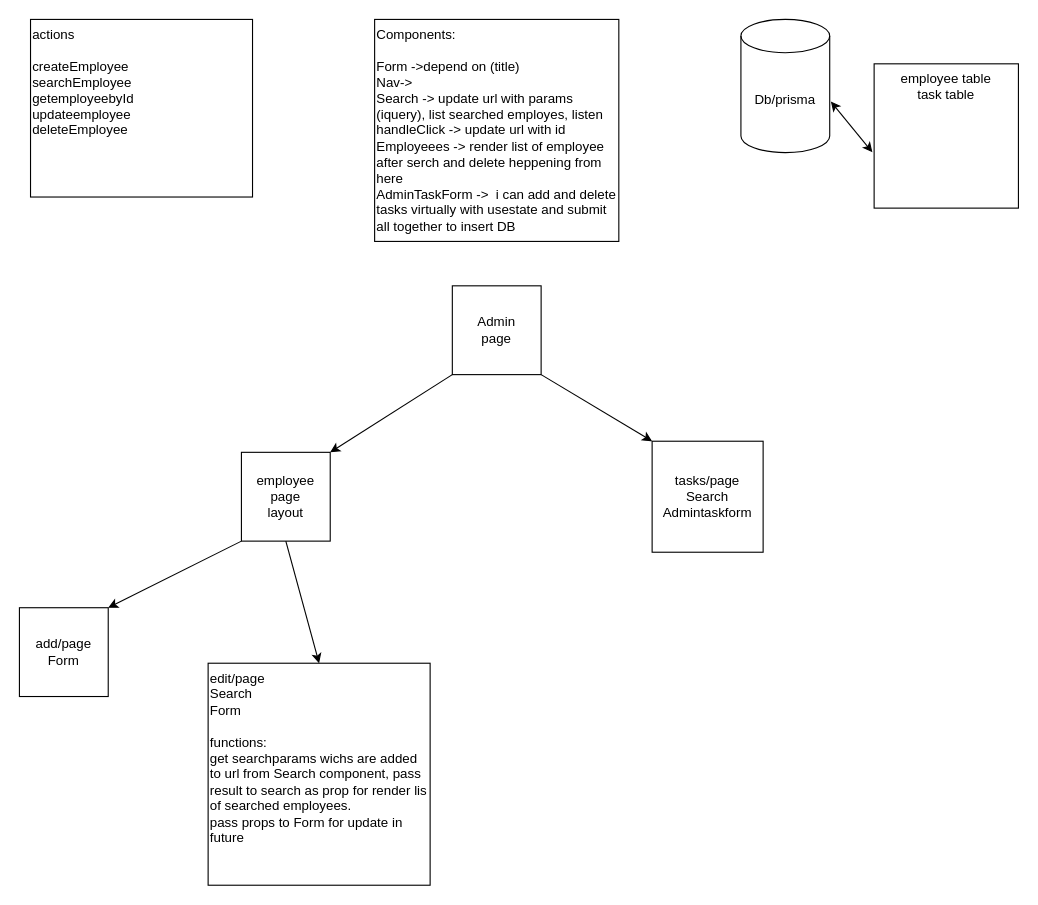
This is Untitled Diagram.drawio from George-giorgi/tasksflow, a draw.io file, before an edit. Source tidied: cells renumbered, new cells numbered last; positions are measured from the earlier drawing's top-left corner, leaving out a move shared by most shapes. Both pictures are drawn from the tidied source at 111%, with x=0, y=0 at pixel (19, 19).
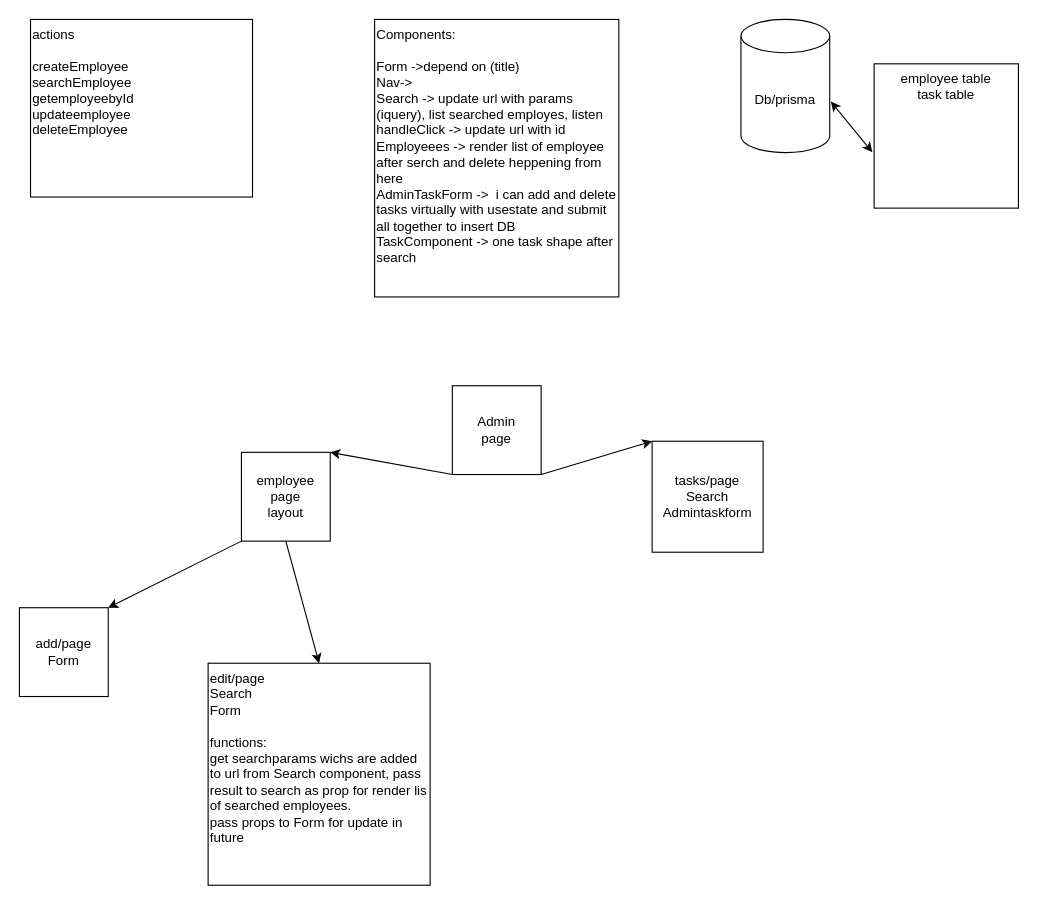
The same page after the edit.

Change to the diagram source:
```diff
@@
 <mxGraphModel>
   <root>
     <mxCell id="0" />
     <mxCell id="1" parent="0" />
     <mxCell id="2" value="Admin&lt;div&gt;page&lt;/div&gt;" style="whiteSpace=wrap;html=1;" parent="1" vertex="1">
-      <mxGeometry x="390" y="240" width="80" height="80" as="geometry" />
+      <mxGeometry x="390" y="330" width="80" height="80" as="geometry" />
     </mxCell>
     <mxCell id="3" style="endArrow=classic;html=1;rounded=0;exitX=0;exitY=1;exitDx=0;exitDy=0;entryX=1;entryY=0;entryDx=0;entryDy=0;" parent="1" edge="1" source="2" target="5">
       <mxGeometry relative="1" as="geometry" />
     </mxCell>
     <mxCell id="4" style="endArrow=classic;html=1;rounded=0;exitX=1;exitY=1;exitDx=0;exitDy=0;entryX=0;entryY=0;entryDx=0;entryDy=0;" parent="1" edge="1" source="2" target="6">
       <mxGeometry relative="1" as="geometry" />
     </mxCell>
     <mxCell id="5" value="employee&lt;div&gt;page&lt;/div&gt;&lt;div&gt;layout&lt;/div&gt;" style="whiteSpace=wrap;html=1;" parent="1" vertex="1">
       <mxGeometry x="200" y="390" width="80" height="80" as="geometry" />
     </mxCell>
     <mxCell id="6" value="tasks/page&lt;div&gt;Search&lt;/div&gt;&lt;div&gt;Admintaskform&lt;/div&gt;" style="whiteSpace=wrap;html=1;" parent="1" vertex="1">
       <mxGeometry x="570" y="380" width="100" height="100" as="geometry" />
     </mxCell>
-    <mxCell id="7" value="&lt;span style=&quot;background-color: light-dark(#ffffff, var(--ge-dark-color, #121212));&quot;&gt;Components:&lt;/span&gt;&lt;div&gt;&lt;br&gt;&lt;div&gt;Form -&amp;gt;depend on (title)&lt;/div&gt;&lt;/div&gt;&lt;div&gt;Nav-&amp;gt;&lt;/div&gt;&lt;div&gt;Search -&amp;gt; update url with params (iquery), list searched employes, listen handleClick -&amp;gt; update url with id&amp;nbsp;&lt;/div&gt;&lt;div&gt;Employeees -&amp;gt; render list of employee after serch and delete heppening from here&lt;/div&gt;&lt;div&gt;AdminTaskForm -&amp;gt;&amp;nbsp; i can add and delete tasks virtually with usestate and submit all together to insert DB&lt;/div&gt;&lt;div&gt;&lt;br&gt;&lt;/div&gt;" style="rounded=0;whiteSpace=wrap;html=1;align=left;verticalAlign=top;" parent="1" vertex="1">
-      <mxGeometry x="320" width="220" height="200" as="geometry" />
+    <mxCell id="7" value="&lt;span style=&quot;background-color: light-dark(#ffffff, var(--ge-dark-color, #121212));&quot;&gt;Components:&lt;/span&gt;&lt;div&gt;&lt;br&gt;&lt;div&gt;Form -&amp;gt;depend on (title)&lt;/div&gt;&lt;/div&gt;&lt;div&gt;Nav-&amp;gt;&lt;/div&gt;&lt;div&gt;Search -&amp;gt; update url with params (iquery), list searched employes, listen handleClick -&amp;gt; update url with id&amp;nbsp;&lt;/div&gt;&lt;div&gt;Employeees -&amp;gt; render list of employee after serch and delete heppening from here&lt;/div&gt;&lt;div&gt;AdminTaskForm -&amp;gt;&amp;nbsp; i can add and delete tasks virtually with usestate and submit all together to insert DB&lt;/div&gt;&lt;div&gt;TaskComponent -&amp;gt; one task shape after search&lt;/div&gt;&lt;div&gt;&lt;br&gt;&lt;/div&gt;" style="rounded=0;whiteSpace=wrap;html=1;align=left;verticalAlign=top;" parent="1" vertex="1">
+      <mxGeometry x="320" width="220" height="250" as="geometry" />
     </mxCell>
     <mxCell id="8" value="add/page&lt;div&gt;Form&lt;/div&gt;" style="whiteSpace=wrap;html=1;" parent="1" vertex="1">
       <mxGeometry y="530" width="80" height="80" as="geometry" />
     </mxCell>
     <mxCell id="9" value="edit/page&lt;div&gt;Search&lt;br&gt;&lt;div&gt;Form&lt;/div&gt;&lt;div&gt;&lt;br&gt;&lt;/div&gt;&lt;div&gt;functions:&lt;/div&gt;&lt;div&gt;get searchparams wichs are added to url from Search component, pass result to search as prop for render lis of searched employees.&lt;/div&gt;&lt;div&gt;pass props to Form for update in future&lt;/div&gt;&lt;/div&gt;" style="whiteSpace=wrap;html=1;verticalAlign=top;align=left;" parent="1" vertex="1">
       <mxGeometry x="170" y="580" width="200" height="200" as="geometry" />
     </mxCell>
     <mxCell id="10" style="endArrow=classic;html=1;rounded=0;exitX=0.5;exitY=1;exitDx=0;exitDy=0;entryX=0.5;entryY=0;entryDx=0;entryDy=0;" parent="1" edge="1" source="5" target="9">
       <mxGeometry relative="1" as="geometry" />
     </mxCell>
     <mxCell id="11" style="endArrow=classic;html=1;rounded=0;exitX=0;exitY=1;exitDx=0;exitDy=0;entryX=1;entryY=0;entryDx=0;entryDy=0;" parent="1" edge="1" source="5" target="8">
       <mxGeometry relative="1" as="geometry" />
     </mxCell>
     <mxCell id="12" value="Db/prisma" style="shape=cylinder3;whiteSpace=wrap;html=1;boundedLbl=1;backgroundOutline=1;size=15;" parent="1" vertex="1">
       <mxGeometry x="650" width="80" height="120" as="geometry" />
     </mxCell>
     <mxCell id="13" value="employee table&lt;div&gt;task table&lt;br&gt;&lt;div&gt;&lt;br&gt;&lt;/div&gt;&lt;div&gt;&lt;br&gt;&lt;/div&gt;&lt;/div&gt;" style="whiteSpace=wrap;html=1;verticalAlign=top;" parent="1" vertex="1">
       <mxGeometry x="770" y="40" width="130" height="130" as="geometry" />
     </mxCell>
     <mxCell id="14" style="endArrow=classic;startArrow=classic;html=1;rounded=0;entryX=1.013;entryY=0.617;entryDx=0;entryDy=0;entryPerimeter=0;exitX=-0.012;exitY=0.613;exitDx=0;exitDy=0;exitPerimeter=0;" parent="1" edge="1" source="13" target="12">
       <mxGeometry relative="1" as="geometry" />
     </mxCell>
     <mxCell id="15" value="actions&lt;div&gt;&lt;br&gt;&lt;/div&gt;&lt;div&gt;createEmployee&lt;/div&gt;&lt;div&gt;searchEmployee&lt;/div&gt;&lt;div&gt;getemployeebyId&lt;/div&gt;&lt;div&gt;updateemployee&lt;/div&gt;&lt;div&gt;deleteEmployee&lt;/div&gt;" style="rounded=0;whiteSpace=wrap;html=1;verticalAlign=top;align=left;" parent="1" vertex="1">
       <mxGeometry x="10" width="200" height="160" as="geometry" />
     </mxCell>
   </root>
 </mxGraphModel>
```
